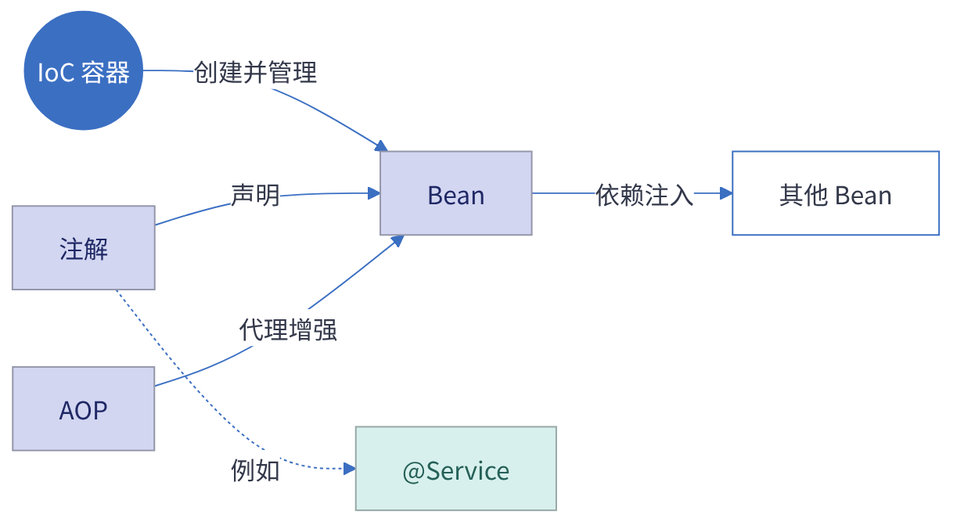
Before: docs/assets/concept.png, a diagram exported from Mermaid (huang-hee/diagram-kit). Its source is kept beside it as docs/assets/concept.mmd. Its diagram source:
```mermaid
---
config:
  theme: base
  fontFamily: "PingFang SC, Microsoft YaHei, Noto Sans CJK SC, Source Han Sans SC, sans-serif"
  themeVariables:
    background: "#FFFFFF"
    primaryColor: "#FFFFFF"
    primaryBorderColor: "#3B6FC2"
    primaryTextColor: "#33384A"
    nodeTextColor: "#33384A"
    secondaryColor: "#FBDBD1"
    tertiaryColor: "#EBF1F9"
    lineColor: "#3B6FC2"
    textColor: "#33384A"
    clusterBkg: "#EBF1F9"
    clusterBorder: "#3B6FC2"
    edgeLabelBackground: "#FFFFFF"
    titleColor: "#33384A"
    noteBkgColor: "#FFF6CE"
    noteBorderColor: "#A6A086"
    noteTextColor: "#33384A"
---
flowchart LR
  IOC((IoC 容器)):::core -- 创建并管理 --> Bean[Bean]:::concept
  ANN[注解]:::concept -- 声明 --> Bean
  Bean -- 依赖注入 --> DEP[其他 Bean]:::sub
  AOP[AOP]:::concept -- 代理增强 --> Bean
  ANN -. 例如 .-> EX["@Service"]:::example
classDef core fill:#3B6FC2,stroke:#3B6FC2,color:#FFFFFF,stroke-width:2px
classDef concept fill:#D2D6F1,stroke:#9396A9,color:#1F2865
classDef sub fill:#FFFFFF,stroke:#3B6FC2,color:#33384A
classDef example fill:#D8F0ED,stroke:#97A8A6,color:#256058
```
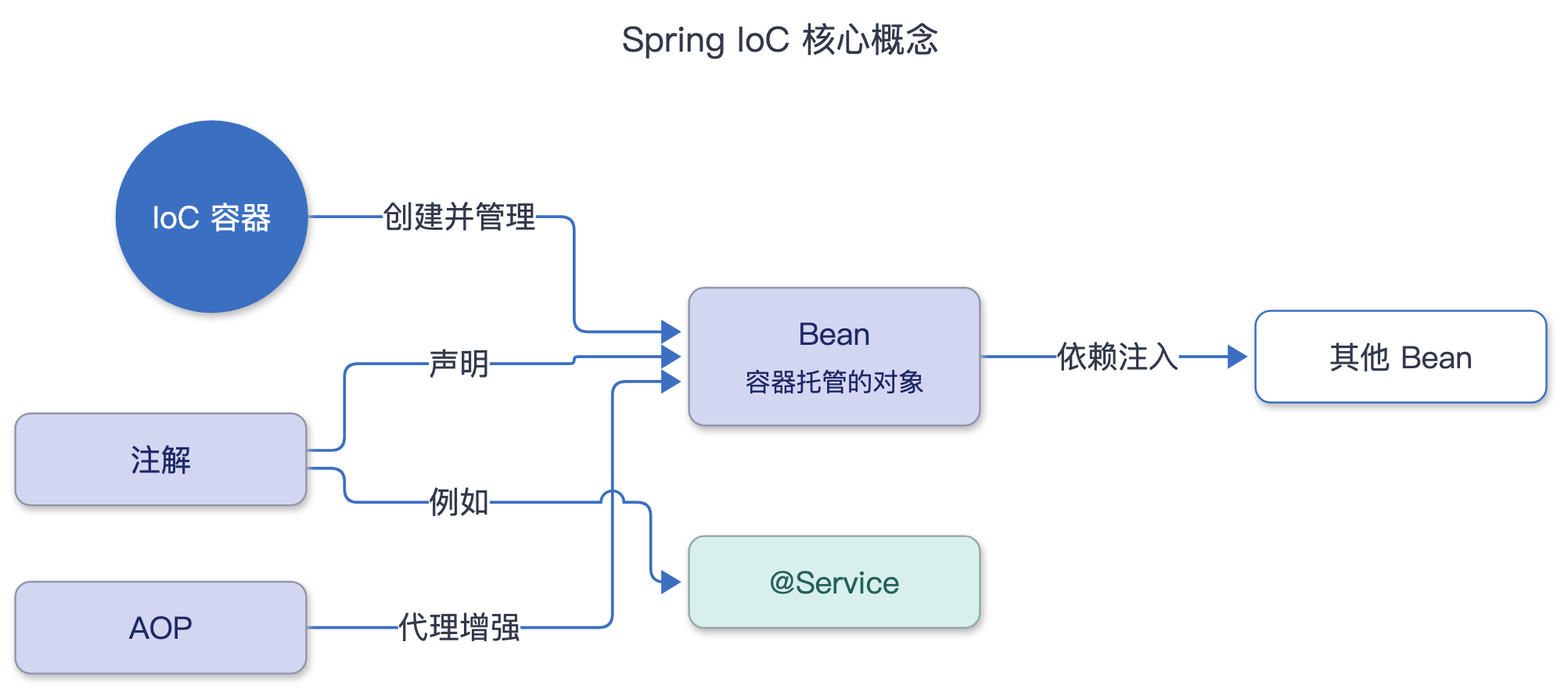
The same file after the commit.

Diff of the diagram source:
```diff
@@ -1,7 +1,14 @@
 ---
+title: "Spring IoC 核心概念"
 config:
   theme: base
   fontFamily: "PingFang SC, Microsoft YaHei, Noto Sans CJK SC, Source Han Sans SC, sans-serif"
+  flowchart:
+    curve: "step"
+    nodeSpacing: 50
+    rankSpacing: 60
+    padding: 12
+    wrappingWidth: 300
   themeVariables:
     background: "#FFFFFF"
     primaryColor: "#FFFFFF"
@@ -21,12 +28,13 @@
     noteTextColor: "#33384A"
 ---
 flowchart LR
-  IOC((IoC 容器)):::core -- 创建并管理 --> Bean[Bean]:::concept
+  IOC((IoC 容器)):::core -- 创建并管理 --> Bean["Bean<br><small>容器托管的对象</small>"]:::concept
   ANN[注解]:::concept -- 声明 --> Bean
   Bean -- 依赖注入 --> DEP[其他 Bean]:::sub
   AOP[AOP]:::concept -- 代理增强 --> Bean
   ANN -. 例如 .-> EX["@Service"]:::example
-classDef core fill:#3B6FC2,stroke:#3B6FC2,color:#FFFFFF,stroke-width:2px
-classDef concept fill:#D2D6F1,stroke:#9396A9,color:#1F2865
-classDef sub fill:#FFFFFF,stroke:#3B6FC2,color:#33384A
-classDef example fill:#D8F0ED,stroke:#97A8A6,color:#256058
+classDef core fill:#3B6FC2,stroke:#3B6FC2,color:#FFFFFF,stroke-width:2px,rx:8,ry:8
+classDef concept fill:#D2D6F1,stroke:#9396A9,color:#1F2865,rx:8,ry:8
+classDef sub fill:#FFFFFF,stroke:#3B6FC2,color:#33384A,rx:8,ry:8
+classDef example fill:#D8F0ED,stroke:#97A8A6,color:#256058,rx:8,ry:8
+linkStyle default stroke-width:1.5px
```
